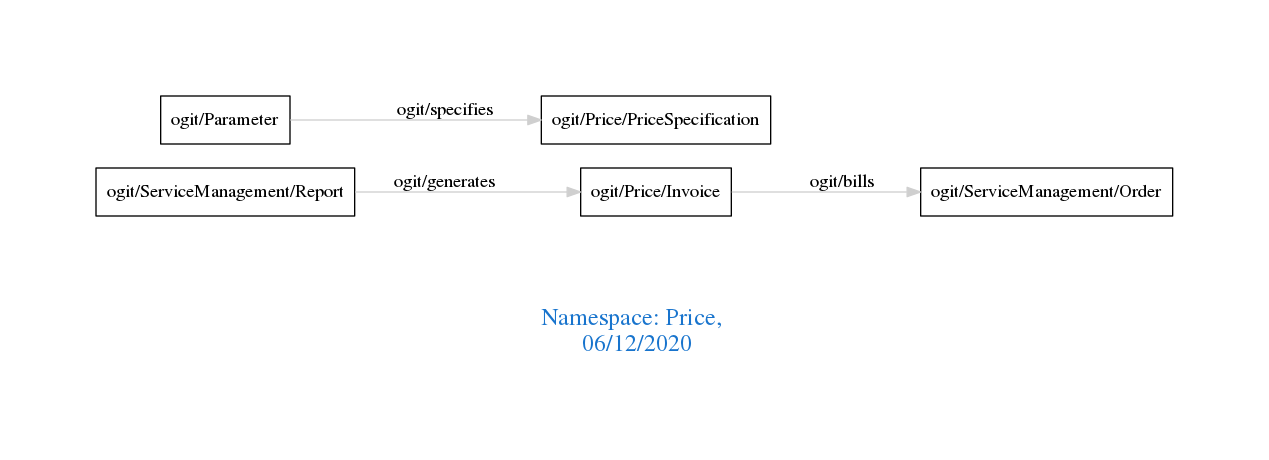
Before: downloads/Price.png, a diagram exported from Graphviz (arago/OGIT). Its source is kept beside it as downloads/Price.dot.
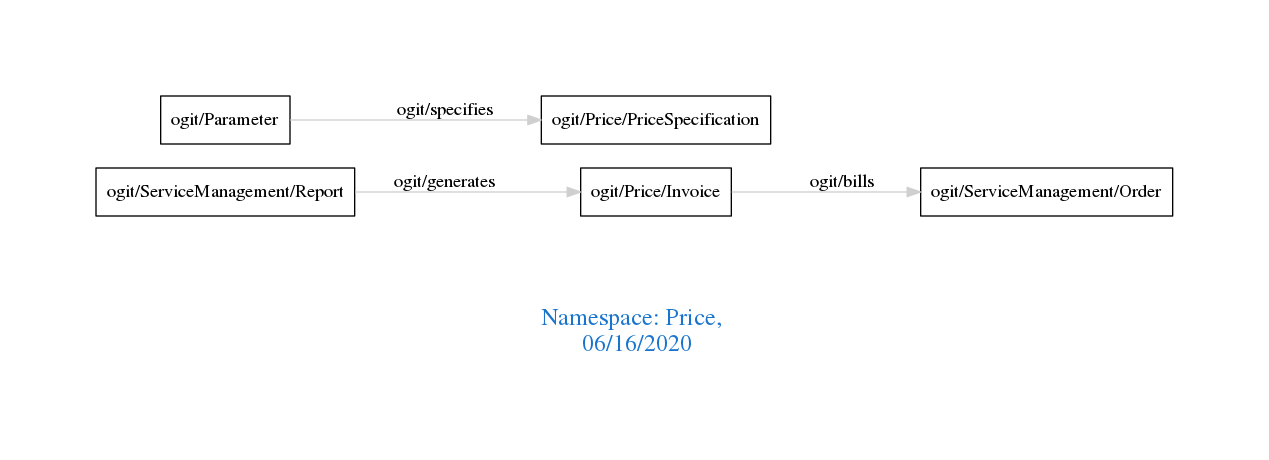
Above is the later version.

Change to the diagram source:
```diff
@@ -1,7 +1,7 @@
 digraph OGIT_ontology {
  graph [ rankdir= LR,pad=1
 fontsize = 18,
-fontcolor= dodgerblue3,label = "\n\n\nNamespace: Price, \n 06/12/2020"];
+fontcolor= dodgerblue3,label = "\n\n\nNamespace: Price, \n 06/16/2020"];
 node[shape=polygon];
 edge [  color="gray81"];
 
```
